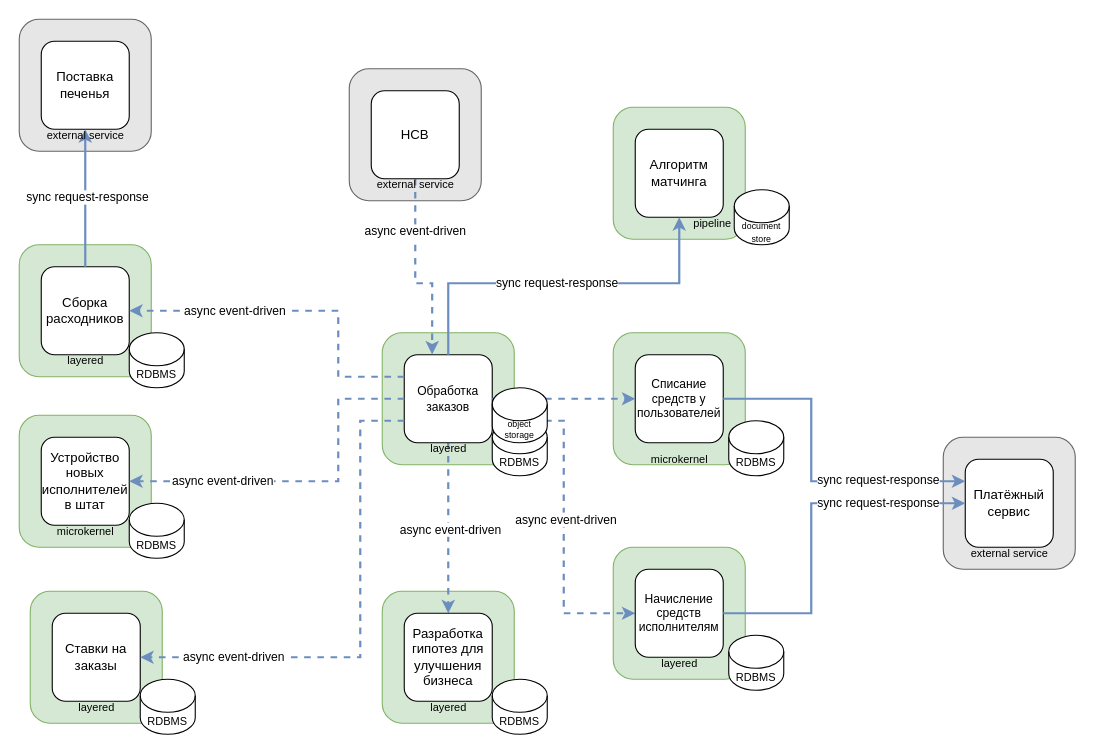
This is hw4/architecture/new_architecture.drawio from mikhaildruzhinin/tough-dev-school-system-analysis, a draw.io file, before an edit. Source tidied: cells renumbered, new cells numbered last; positions are measured from the earlier drawing's top-left corner, leaving out a move shared by most shapes. Both pictures are drawn from the tidied source at 110%, with x=0, y=0 at pixel (19, 19).
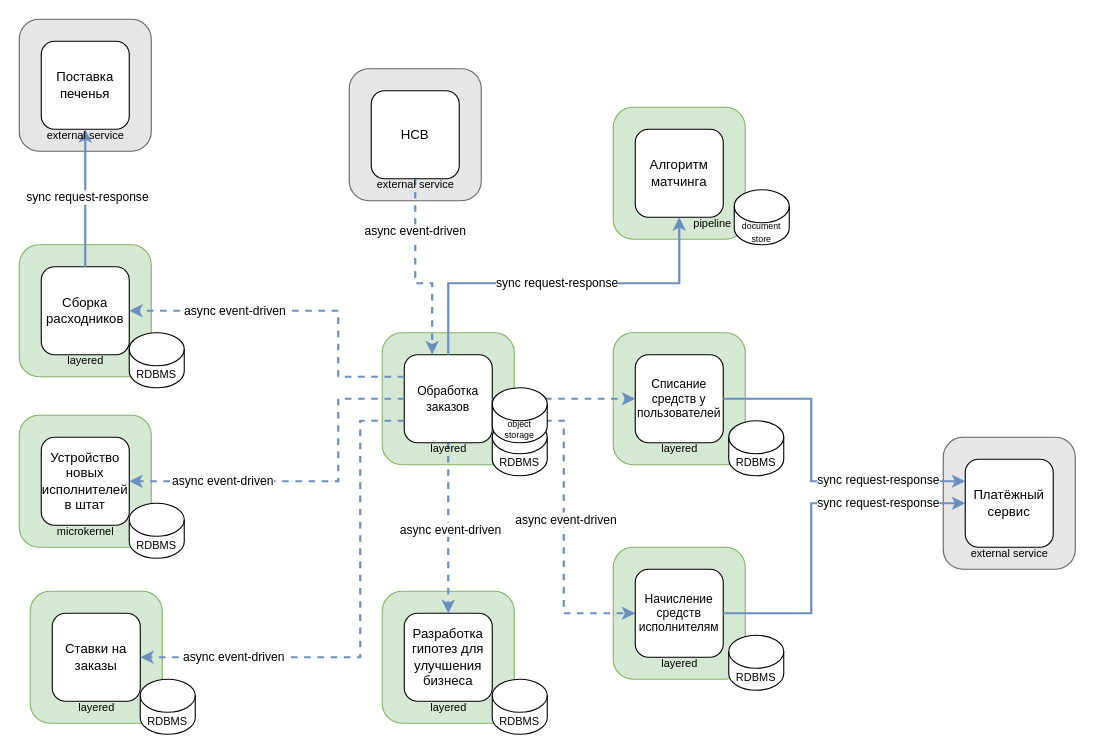
The same diagram, later.

Diff of the diagram source:
```diff
@@
-    <mxCell id="40" value="microkernel" style="text;html=1;align=center;verticalAlign=middle;strokeColor=none;fillColor=none;fontSize=10;" parent="1" vertex="1">
-      <mxGeometry x="560" y="385" width="80" height="30" as="geometry" />
+    <mxCell id="40" value="layered" style="text;html=1;align=center;verticalAlign=middle;strokeColor=none;fillColor=none;fontSize=10;" parent="1" vertex="1">
+      <mxGeometry x="570" y="375" width="60" height="30" as="geometry" />
     </mxCell>
```
